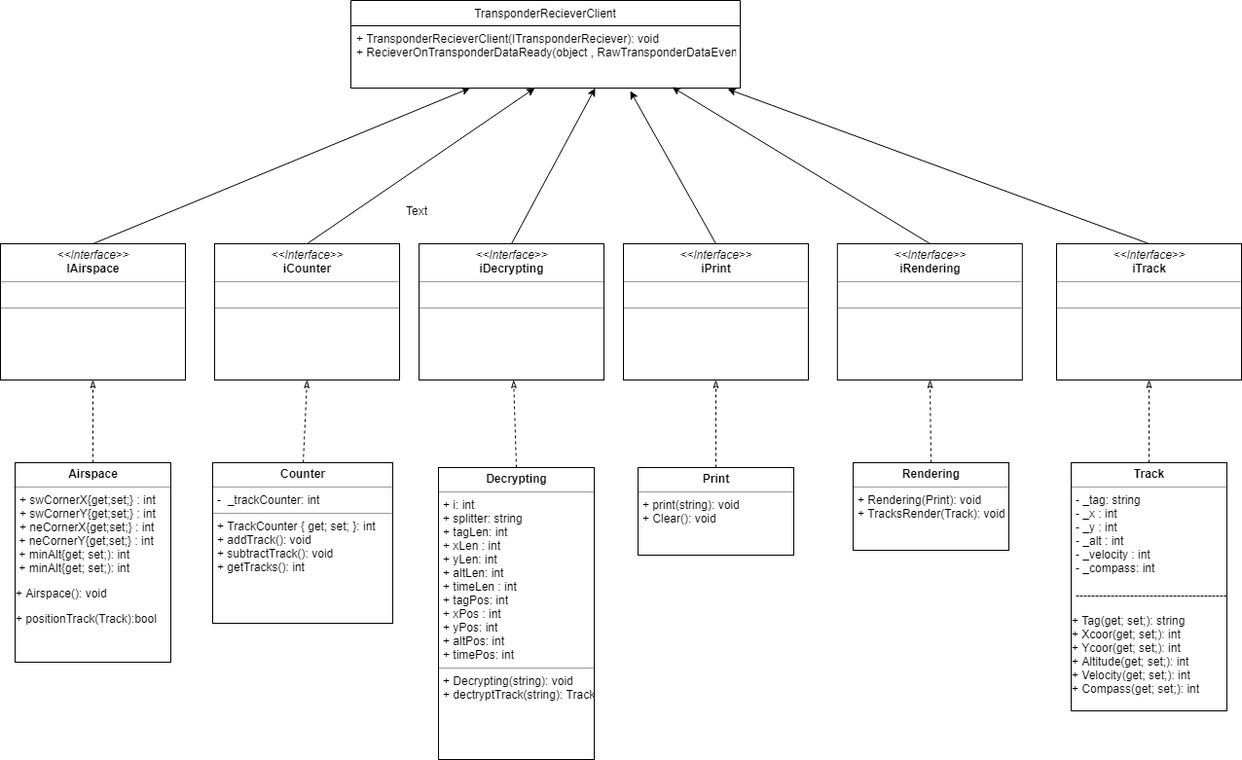
Before: AirTrafficMonitoringUMLClass.png, a diagram exported from draw.io (Macradon/AirTrafficMonitoring). Source tidied: cells renumbered, new cells last; positions are measured from the earlier drawing's top-left corner, leaving out a move shared by most shapes. Its diagram source:
```xml
<mxGraphModel>
  <root>
    <mxCell id="0" />
    <mxCell id="1" parent="0" />
    <mxCell id="2" value="TransponderRecieverClient" style="swimlane;fontStyle=0;horizontal=1;startSize=26;fillColor=none;" parent="1" vertex="1">
      <mxGeometry x="360" width="400" height="90" as="geometry" />
    </mxCell>
    <mxCell id="3" value="+ TransponderRecieverClient(ITransponderReciever): void&#10;+ RecieverOnTransponderDataReady(object , RawTransponderDataEventArgs) : void &#10;" style="text;strokeColor=none;fillColor=none;align=left;verticalAlign=top;spacingLeft=4;spacingRight=4;overflow=hidden;points=[[0,0.5],[1,0.5]];portConstraint=eastwest;" parent="2" vertex="1">
      <mxGeometry y="26" width="400" height="64" as="geometry" />
    </mxCell>
    <mxCell id="4" style="edgeStyle=none;rounded=0;jettySize=auto;html=1;exitX=0.5;exitY=0;exitDx=0;exitDy=0;endArrow=classic;endFill=1;" parent="1" edge="1" source="5" target="3">
      <mxGeometry relative="1" as="geometry" />
    </mxCell>
    <mxCell id="5" value="&lt;p style=&quot;margin: 0px ; margin-top: 4px ; text-align: center&quot;&gt;&lt;i&gt;&amp;lt;&amp;lt;Interface&amp;gt;&amp;gt;&lt;/i&gt;&lt;br&gt;&lt;b&gt;IAirspace&lt;/b&gt;&lt;/p&gt;&lt;hr size=&quot;1&quot;&gt;&lt;p style=&quot;margin: 0px ; margin-left: 4px&quot;&gt;&lt;br&gt;&lt;/p&gt;&lt;hr size=&quot;1&quot;&gt;&lt;p style=&quot;margin: 0px ; margin-left: 4px&quot;&gt;&lt;br&gt;&lt;/p&gt;" style="verticalAlign=top;align=left;overflow=fill;fontSize=12;fontFamily=Helvetica;html=1;" parent="1" vertex="1">
      <mxGeometry y="250" width="190" height="140" as="geometry" />
    </mxCell>
    <mxCell id="6" style="edgeStyle=none;rounded=0;jettySize=auto;html=1;exitX=0.5;exitY=0;exitDx=0;exitDy=0;entryX=0.473;entryY=0.994;entryDx=0;entryDy=0;entryPerimeter=0;endArrow=classic;endFill=1;" parent="1" edge="1" source="7" target="3">
      <mxGeometry relative="1" as="geometry" />
    </mxCell>
    <mxCell id="7" value="&lt;p style=&quot;margin: 0px ; margin-top: 4px ; text-align: center&quot;&gt;&lt;i&gt;&amp;lt;&amp;lt;Interface&amp;gt;&amp;gt;&lt;/i&gt;&lt;br&gt;&lt;b&gt;iCounter&lt;/b&gt;&lt;/p&gt;&lt;hr size=&quot;1&quot;&gt;&lt;p style=&quot;margin: 0px ; margin-left: 4px&quot;&gt;&lt;br&gt;&lt;/p&gt;&lt;hr size=&quot;1&quot;&gt;&lt;p style=&quot;margin: 0px ; margin-left: 4px&quot;&gt;&lt;br&gt;&lt;/p&gt;" style="verticalAlign=top;align=left;overflow=fill;fontSize=12;fontFamily=Helvetica;html=1;" parent="1" vertex="1">
      <mxGeometry x="220" y="250" width="190" height="140" as="geometry" />
    </mxCell>
    <mxCell id="8" style="edgeStyle=none;rounded=0;jettySize=auto;html=1;exitX=0.5;exitY=0;exitDx=0;exitDy=0;entryX=0.628;entryY=1.006;entryDx=0;entryDy=0;entryPerimeter=0;endArrow=classic;endFill=1;" parent="1" edge="1" source="9" target="3">
      <mxGeometry relative="1" as="geometry" />
    </mxCell>
    <mxCell id="9" value="&lt;p style=&quot;margin: 0px ; margin-top: 4px ; text-align: center&quot;&gt;&lt;i&gt;&amp;lt;&amp;lt;Interface&amp;gt;&amp;gt;&lt;/i&gt;&lt;br&gt;&lt;b&gt;iDecrypting&lt;/b&gt;&lt;/p&gt;&lt;hr size=&quot;1&quot;&gt;&lt;p style=&quot;margin: 0px ; margin-left: 4px&quot;&gt;&lt;br&gt;&lt;/p&gt;&lt;hr size=&quot;1&quot;&gt;&lt;p style=&quot;margin: 0px ; margin-left: 4px&quot;&gt;&lt;br&gt;&lt;/p&gt;" style="verticalAlign=top;align=left;overflow=fill;fontSize=12;fontFamily=Helvetica;html=1;" parent="1" vertex="1">
      <mxGeometry x="430" y="250" width="190" height="140" as="geometry" />
    </mxCell>
    <mxCell id="10" style="edgeStyle=none;rounded=0;jettySize=auto;html=1;exitX=0.5;exitY=0;exitDx=0;exitDy=0;entryX=0.717;entryY=1.053;entryDx=0;entryDy=0;entryPerimeter=0;endArrow=classic;endFill=1;" parent="1" edge="1" source="11" target="3">
      <mxGeometry relative="1" as="geometry" />
    </mxCell>
    <mxCell id="11" value="&lt;p style=&quot;margin: 0px ; margin-top: 4px ; text-align: center&quot;&gt;&lt;i&gt;&amp;lt;&amp;lt;Interface&amp;gt;&amp;gt;&lt;/i&gt;&lt;br&gt;&lt;b&gt;iPrint&lt;/b&gt;&lt;/p&gt;&lt;hr size=&quot;1&quot;&gt;&lt;p style=&quot;margin: 0px ; margin-left: 4px&quot;&gt;&lt;br&gt;&lt;/p&gt;&lt;hr size=&quot;1&quot;&gt;&lt;p style=&quot;margin: 0px ; margin-left: 4px&quot;&gt;&lt;br&gt;&lt;/p&gt;" style="verticalAlign=top;align=left;overflow=fill;fontSize=12;fontFamily=Helvetica;html=1;" parent="1" vertex="1">
      <mxGeometry x="640" y="250" width="190" height="140" as="geometry" />
    </mxCell>
    <mxCell id="12" style="edgeStyle=none;rounded=0;jettySize=auto;html=1;exitX=0.5;exitY=0;exitDx=0;exitDy=0;entryX=0.825;entryY=0.991;entryDx=0;entryDy=0;entryPerimeter=0;endArrow=classic;endFill=1;" parent="1" edge="1" source="13" target="3">
      <mxGeometry relative="1" as="geometry" />
    </mxCell>
    <mxCell id="13" value="&lt;p style=&quot;margin: 0px ; margin-top: 4px ; text-align: center&quot;&gt;&lt;i&gt;&amp;lt;&amp;lt;Interface&amp;gt;&amp;gt;&lt;/i&gt;&lt;br&gt;&lt;b&gt;iRendering&lt;/b&gt;&lt;/p&gt;&lt;hr size=&quot;1&quot;&gt;&lt;p style=&quot;margin: 0px ; margin-left: 4px&quot;&gt;&lt;br&gt;&lt;/p&gt;&lt;hr size=&quot;1&quot;&gt;&lt;p style=&quot;margin: 0px ; margin-left: 4px&quot;&gt;&lt;br&gt;&lt;/p&gt;" style="verticalAlign=top;align=left;overflow=fill;fontSize=12;fontFamily=Helvetica;html=1;" parent="1" vertex="1">
      <mxGeometry x="859.8" y="250" width="190" height="140" as="geometry" />
    </mxCell>
    <mxCell id="14" style="edgeStyle=none;rounded=0;jettySize=auto;html=1;exitX=0.5;exitY=0;exitDx=0;exitDy=0;entryX=0.967;entryY=1.016;entryDx=0;entryDy=0;entryPerimeter=0;endArrow=classic;endFill=1;" parent="1" edge="1" source="15" target="3">
      <mxGeometry relative="1" as="geometry" />
    </mxCell>
    <mxCell id="15" value="&lt;p style=&quot;margin: 0px ; margin-top: 4px ; text-align: center&quot;&gt;&lt;i&gt;&amp;lt;&amp;lt;Interface&amp;gt;&amp;gt;&lt;/i&gt;&lt;br&gt;&lt;b&gt;iTrack&lt;/b&gt;&lt;/p&gt;&lt;hr size=&quot;1&quot;&gt;&lt;p style=&quot;margin: 0px ; margin-left: 4px&quot;&gt;&lt;br&gt;&lt;/p&gt;&lt;hr size=&quot;1&quot;&gt;&lt;p style=&quot;margin: 0px ; margin-left: 4px&quot;&gt;&lt;br&gt;&lt;/p&gt;" style="verticalAlign=top;align=left;overflow=fill;fontSize=12;fontFamily=Helvetica;html=1;" parent="1" vertex="1">
      <mxGeometry x="1085" y="250" width="190" height="140" as="geometry" />
    </mxCell>
    <mxCell id="16" style="edgeStyle=none;rounded=0;jettySize=auto;html=1;exitX=0.5;exitY=0;exitDx=0;exitDy=0;entryX=0.5;entryY=1;entryDx=0;entryDy=0;dashed=1;endArrow=classicThin;endFill=0;" parent="1" edge="1" source="17" target="5">
      <mxGeometry relative="1" as="geometry" />
    </mxCell>
    <mxCell id="17" value="&lt;p style=&quot;margin: 0px ; margin-top: 4px ; text-align: center&quot;&gt;&lt;b&gt;Airspace&lt;/b&gt;&lt;/p&gt;&lt;hr size=&quot;1&quot;&gt;&lt;p style=&quot;margin: 0px ; margin-left: 4px&quot;&gt;+ swCornerX{get;set;} : int&lt;br&gt;&lt;/p&gt;&lt;p style=&quot;margin: 0px ; margin-left: 4px&quot;&gt;+ swCornerY{get;set;} : int&lt;br&gt;&lt;/p&gt;&lt;p style=&quot;margin: 0px ; margin-left: 4px&quot;&gt;+ neCornerX{get;set;} : int&amp;nbsp;&lt;br&gt;&lt;/p&gt;&amp;nbsp;+ neCornerY{get;set;} : int&lt;br&gt;&amp;nbsp;+ minAlt{get; set;): int&lt;br&gt;&amp;nbsp;+ minAlt{get; set;): int&lt;br&gt;&lt;p&gt;+ Airspace(): void&lt;/p&gt;&lt;p&gt;+ positionTrack(Track):bool&lt;/p&gt;" style="verticalAlign=top;align=left;overflow=fill;fontSize=12;fontFamily=Helvetica;html=1;" parent="1" vertex="1">
      <mxGeometry x="15" y="475" width="160" height="205" as="geometry" />
    </mxCell>
    <mxCell id="18" style="edgeStyle=none;rounded=0;jettySize=auto;html=1;exitX=0.5;exitY=0;exitDx=0;exitDy=0;entryX=0.5;entryY=1;entryDx=0;entryDy=0;dashed=1;endArrow=classicThin;endFill=0;" parent="1" edge="1" source="19" target="15">
      <mxGeometry relative="1" as="geometry" />
    </mxCell>
    <mxCell id="19" value="&lt;p style=&quot;margin: 0px ; margin-top: 4px ; text-align: center&quot;&gt;&lt;b&gt;Track&lt;/b&gt;&lt;/p&gt;&lt;hr size=&quot;1&quot;&gt;&lt;p style=&quot;margin: 0px ; margin-left: 4px&quot;&gt;- _tag: string&lt;/p&gt;&lt;p style=&quot;margin: 0px ; margin-left: 4px&quot;&gt;- _x : int&lt;/p&gt;&lt;p style=&quot;margin: 0px ; margin-left: 4px&quot;&gt;- _y : int&lt;/p&gt;&lt;p style=&quot;margin: 0px ; margin-left: 4px&quot;&gt;- _alt : int&lt;/p&gt;&lt;p style=&quot;margin: 0px ; margin-left: 4px&quot;&gt;- _velocity : int&lt;/p&gt;&lt;p style=&quot;margin: 0px ; margin-left: 4px&quot;&gt;- _compass: int&lt;/p&gt;&lt;p style=&quot;margin: 0px ; margin-left: 4px&quot;&gt;&lt;br&gt;&lt;/p&gt;&lt;p style=&quot;margin: 0px ; margin-left: 4px&quot;&gt;---------------------------------------&lt;/p&gt;&lt;p&gt;+ Tag(get; set;): string&lt;br&gt;+ Xcoor(get; set;): int&lt;br&gt;+ Ycoor(get; set;): int&lt;br&gt;+ Altitude(get; set;): int&lt;br&gt;+ Velocity(get; set;): int&lt;br&gt;+ Compass(get; set;): int&lt;br&gt;&lt;/p&gt;" style="verticalAlign=top;align=left;overflow=fill;fontSize=12;fontFamily=Helvetica;html=1;" parent="1" vertex="1">
      <mxGeometry x="1100" y="475" width="160" height="255" as="geometry" />
    </mxCell>
    <mxCell id="20" style="edgeStyle=none;rounded=0;jettySize=auto;html=1;exitX=0.5;exitY=0;exitDx=0;exitDy=0;entryX=0.5;entryY=1;entryDx=0;entryDy=0;dashed=1;endArrow=classicThin;endFill=0;" parent="1" edge="1" source="21" target="13">
      <mxGeometry relative="1" as="geometry" />
    </mxCell>
    <mxCell id="21" value="&lt;p style=&quot;margin: 0px ; margin-top: 4px ; text-align: center&quot;&gt;&lt;b&gt;Rendering&lt;/b&gt;&lt;/p&gt;&lt;hr size=&quot;1&quot;&gt;&lt;p style=&quot;margin: 0px ; margin-left: 4px&quot;&gt;&lt;/p&gt;&lt;p style=&quot;margin: 0px ; margin-left: 4px&quot;&gt;+ Rendering(Print): void&lt;/p&gt;&lt;p style=&quot;margin: 0px ; margin-left: 4px&quot;&gt;+ TracksRender(Track): void&lt;/p&gt;" style="verticalAlign=top;align=left;overflow=fill;fontSize=12;fontFamily=Helvetica;html=1;" parent="1" vertex="1">
      <mxGeometry x="876" y="475" width="160" height="90" as="geometry" />
    </mxCell>
    <mxCell id="22" style="edgeStyle=none;rounded=0;jettySize=auto;html=1;exitX=0.5;exitY=0;exitDx=0;exitDy=0;entryX=0.5;entryY=1;entryDx=0;entryDy=0;dashed=1;endArrow=classicThin;endFill=0;" parent="1" edge="1" source="23" target="11">
      <mxGeometry relative="1" as="geometry" />
    </mxCell>
    <mxCell id="23" value="&lt;p style=&quot;margin: 0px ; margin-top: 4px ; text-align: center&quot;&gt;&lt;b&gt;Print&lt;/b&gt;&lt;/p&gt;&lt;hr size=&quot;1&quot;&gt;&lt;p style=&quot;margin: 0px ; margin-left: 4px&quot;&gt;+ print(string): void&lt;/p&gt;&lt;p style=&quot;margin: 0px ; margin-left: 4px&quot;&gt;+ Clear(): void&lt;/p&gt;" style="verticalAlign=top;align=left;overflow=fill;fontSize=12;fontFamily=Helvetica;html=1;" parent="1" vertex="1">
      <mxGeometry x="655" y="480" width="160" height="90" as="geometry" />
    </mxCell>
    <mxCell id="24" style="edgeStyle=none;rounded=0;jettySize=auto;html=1;exitX=0.5;exitY=0;exitDx=0;exitDy=0;dashed=1;endArrow=classicThin;endFill=0;" parent="1" edge="1" source="25" target="9">
      <mxGeometry relative="1" as="geometry" />
    </mxCell>
    <mxCell id="25" value="&lt;p style=&quot;margin: 0px ; margin-top: 4px ; text-align: center&quot;&gt;&lt;b&gt;Decrypting&lt;/b&gt;&lt;/p&gt;&lt;hr size=&quot;1&quot;&gt;&lt;p style=&quot;margin: 0px ; margin-left: 4px&quot;&gt;+ i: int&lt;/p&gt;&lt;p style=&quot;margin: 0px ; margin-left: 4px&quot;&gt;+ splitter: string&lt;/p&gt;&lt;p style=&quot;margin: 0px ; margin-left: 4px&quot;&gt;+ tagLen: int&lt;/p&gt;&lt;p style=&quot;margin: 0px ; margin-left: 4px&quot;&gt;+ xLen : int&lt;/p&gt;&lt;p style=&quot;margin: 0px ; margin-left: 4px&quot;&gt;+ yLen: int&lt;/p&gt;&lt;p style=&quot;margin: 0px ; margin-left: 4px&quot;&gt;+ altLen: int&lt;/p&gt;&lt;p style=&quot;margin: 0px ; margin-left: 4px&quot;&gt;+ timeLen : int&lt;/p&gt;&lt;p style=&quot;margin: 0px ; margin-left: 4px&quot;&gt;+ tagPos: int&lt;/p&gt;&lt;p style=&quot;margin: 0px ; margin-left: 4px&quot;&gt;+ xPos : int&lt;/p&gt;&lt;p style=&quot;margin: 0px ; margin-left: 4px&quot;&gt;+ yPos: int&lt;/p&gt;&lt;p style=&quot;margin: 0px ; margin-left: 4px&quot;&gt;+ altPos: int&lt;/p&gt;&lt;p style=&quot;margin: 0px ; margin-left: 4px&quot;&gt;+ timePos: int&lt;/p&gt;&lt;hr size=&quot;1&quot;&gt;&lt;p style=&quot;margin: 0px ; margin-left: 4px&quot;&gt;+ Decrypting(string): void&lt;/p&gt;&lt;p style=&quot;margin: 0px ; margin-left: 4px&quot;&gt;+ dectryptTrack(string): Track&lt;/p&gt;" style="verticalAlign=top;align=left;overflow=fill;fontSize=12;fontFamily=Helvetica;html=1;" parent="1" vertex="1">
      <mxGeometry x="450" y="480" width="160" height="300" as="geometry" />
    </mxCell>
    <mxCell id="26" style="edgeStyle=none;rounded=0;jettySize=auto;html=1;exitX=0.5;exitY=0;exitDx=0;exitDy=0;entryX=0.5;entryY=1;entryDx=0;entryDy=0;dashed=1;endArrow=classicThin;endFill=0;" parent="1" edge="1" source="27" target="7">
      <mxGeometry relative="1" as="geometry" />
    </mxCell>
    <mxCell id="27" value="&lt;p style=&quot;margin: 0px ; margin-top: 4px ; text-align: center&quot;&gt;&lt;b&gt;Counter&lt;/b&gt;&lt;/p&gt;&lt;hr size=&quot;1&quot;&gt;&lt;p style=&quot;margin: 0px ; margin-left: 4px&quot;&gt;-&amp;nbsp; _trackCounter: int&lt;/p&gt;&lt;hr size=&quot;1&quot;&gt;&lt;p style=&quot;margin: 0px ; margin-left: 4px&quot;&gt;+ TrackCounter { get; set; }: int&lt;/p&gt;&lt;p style=&quot;margin: 0px ; margin-left: 4px&quot;&gt;+ addTrack(): void&lt;/p&gt;&lt;p style=&quot;margin: 0px ; margin-left: 4px&quot;&gt;+ subtractTrack(): void&lt;/p&gt;&lt;p style=&quot;margin: 0px ; margin-left: 4px&quot;&gt;+ getTracks(): int&lt;/p&gt;&lt;p style=&quot;margin: 0px ; margin-left: 4px&quot;&gt;&lt;br&gt;&lt;/p&gt;" style="verticalAlign=top;align=left;overflow=fill;fontSize=12;fontFamily=Helvetica;html=1;" parent="1" vertex="1">
      <mxGeometry x="218" y="475" width="185" height="165" as="geometry" />
    </mxCell>
    <mxCell id="28" value="Text" style="text;html=1;align=left;verticalAlign=top;spacingTop=-4;" parent="1" vertex="1">
      <mxGeometry x="415" y="207" width="40" height="20" as="geometry" />
    </mxCell>
  </root>
</mxGraphModel>
```
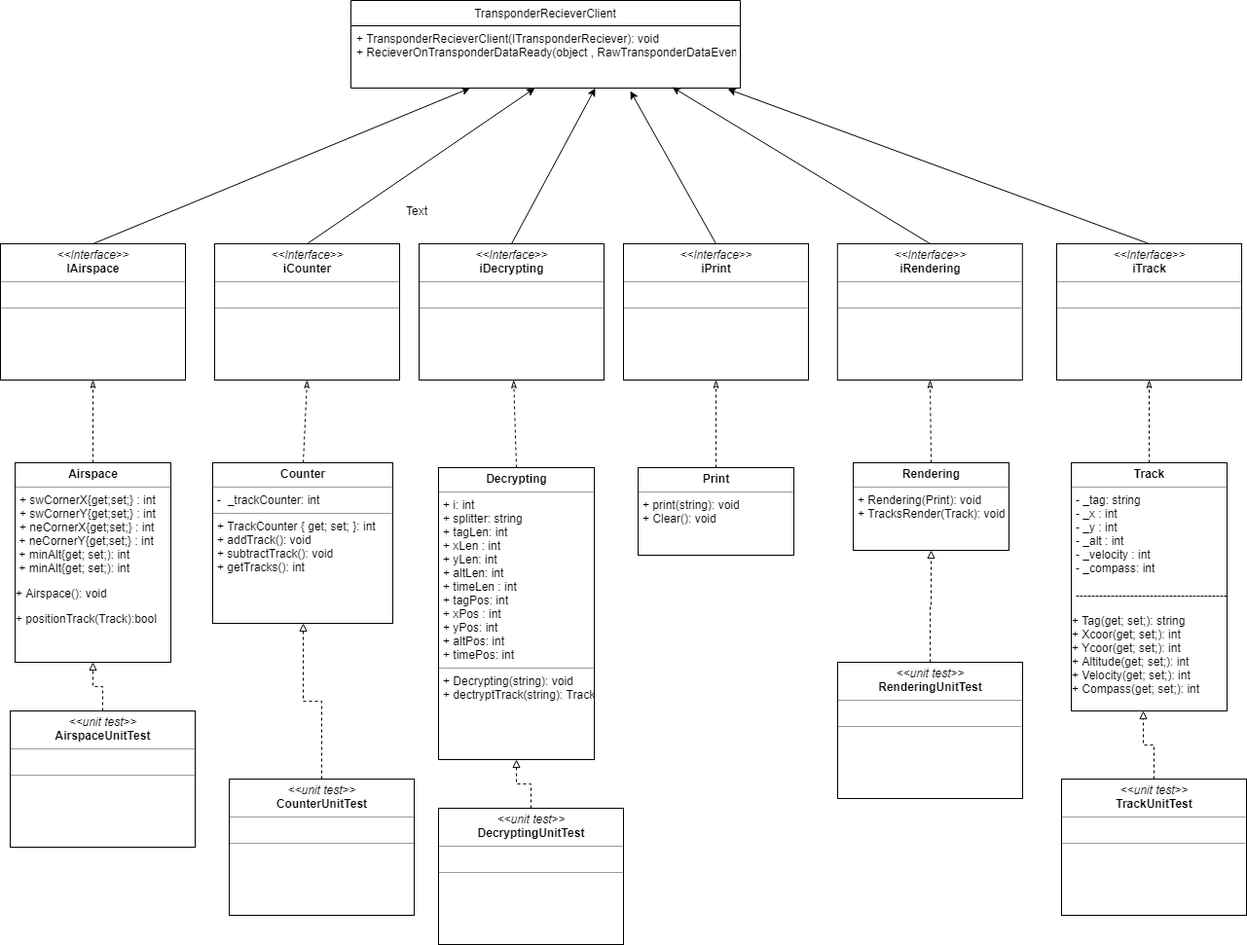
Later version of the same file.

Commit message:
Updated Class Diagram

Opdateret klasse diagrammet til at indeholde Unit test (Skal udfyldes)

What changed in the source:
```diff
@@ -83,5 +83,35 @@
     <mxCell id="28" value="Text" style="text;html=1;align=left;verticalAlign=top;spacingTop=-4;" parent="1" vertex="1">
       <mxGeometry x="415" y="207" width="40" height="20" as="geometry" />
     </mxCell>
+    <mxCell id="29" style="edgeStyle=orthogonalEdgeStyle;rounded=0;jettySize=auto;html=1;exitX=0.5;exitY=0;exitDx=0;exitDy=0;entryX=0.5;entryY=1;entryDx=0;entryDy=0;dashed=1;endArrow=block;endFill=0;" parent="1" edge="1" source="30" target="17">
+      <mxGeometry relative="1" as="geometry" />
+    </mxCell>
+    <mxCell id="30" value="&lt;p style=&quot;margin: 0px ; margin-top: 4px ; text-align: center&quot;&gt;&lt;i&gt;&amp;lt;&amp;lt;unit test&amp;gt;&amp;gt;&lt;/i&gt;&lt;br&gt;&lt;b&gt;AirspaceUnitTest&lt;/b&gt;&lt;/p&gt;&lt;hr size=&quot;1&quot;&gt;&lt;p style=&quot;margin: 0px ; margin-left: 4px&quot;&gt;&lt;br&gt;&lt;/p&gt;&lt;hr size=&quot;1&quot;&gt;&lt;p style=&quot;margin: 0px ; margin-left: 4px&quot;&gt;&lt;br&gt;&lt;/p&gt;" style="verticalAlign=top;align=left;overflow=fill;fontSize=12;fontFamily=Helvetica;html=1;" parent="1" vertex="1">
+      <mxGeometry x="10" y="730" width="190" height="140" as="geometry" />
+    </mxCell>
+    <mxCell id="31" style="edgeStyle=orthogonalEdgeStyle;rounded=0;jettySize=auto;html=1;exitX=0.5;exitY=0;exitDx=0;exitDy=0;entryX=0.5;entryY=1;entryDx=0;entryDy=0;dashed=1;endArrow=block;endFill=0;" parent="1" edge="1" source="32" target="25">
+      <mxGeometry relative="1" as="geometry" />
+    </mxCell>
+    <mxCell id="32" value="&lt;p style=&quot;margin: 0px ; margin-top: 4px ; text-align: center&quot;&gt;&lt;i&gt;&amp;lt;&amp;lt;unit test&amp;gt;&amp;gt;&lt;/i&gt;&lt;br&gt;&lt;b&gt;DecryptingUnitTest&lt;/b&gt;&lt;/p&gt;&lt;hr size=&quot;1&quot;&gt;&lt;p style=&quot;margin: 0px ; margin-left: 4px&quot;&gt;&lt;br&gt;&lt;/p&gt;&lt;hr size=&quot;1&quot;&gt;&lt;p style=&quot;margin: 0px ; margin-left: 4px&quot;&gt;&lt;br&gt;&lt;/p&gt;" style="verticalAlign=top;align=left;overflow=fill;fontSize=12;fontFamily=Helvetica;html=1;" parent="1" vertex="1">
+      <mxGeometry x="450" y="830" width="190" height="140" as="geometry" />
+    </mxCell>
+    <mxCell id="33" style="edgeStyle=orthogonalEdgeStyle;rounded=0;jettySize=auto;html=1;exitX=0.5;exitY=0;exitDx=0;exitDy=0;entryX=0.5;entryY=1;entryDx=0;entryDy=0;dashed=1;endArrow=block;endFill=0;" parent="1" edge="1" source="34" target="27">
+      <mxGeometry relative="1" as="geometry" />
+    </mxCell>
+    <mxCell id="34" value="&lt;p style=&quot;margin: 0px ; margin-top: 4px ; text-align: center&quot;&gt;&lt;i&gt;&amp;lt;&amp;lt;unit test&amp;gt;&amp;gt;&lt;/i&gt;&lt;br&gt;&lt;b&gt;CounterUnitTest&lt;/b&gt;&lt;/p&gt;&lt;hr size=&quot;1&quot;&gt;&lt;p style=&quot;margin: 0px ; margin-left: 4px&quot;&gt;&lt;br&gt;&lt;/p&gt;&lt;hr size=&quot;1&quot;&gt;&lt;p style=&quot;margin: 0px ; margin-left: 4px&quot;&gt;&lt;br&gt;&lt;/p&gt;" style="verticalAlign=top;align=left;overflow=fill;fontSize=12;fontFamily=Helvetica;html=1;" parent="1" vertex="1">
+      <mxGeometry x="235" y="800" width="190" height="140" as="geometry" />
+    </mxCell>
+    <mxCell id="35" style="edgeStyle=orthogonalEdgeStyle;rounded=0;jettySize=auto;html=1;exitX=0.5;exitY=0;exitDx=0;exitDy=0;entryX=0.5;entryY=1;entryDx=0;entryDy=0;dashed=1;endArrow=block;endFill=0;" parent="1" edge="1" source="36" target="21">
+      <mxGeometry relative="1" as="geometry" />
+    </mxCell>
+    <mxCell id="36" value="&lt;p style=&quot;margin: 0px ; margin-top: 4px ; text-align: center&quot;&gt;&lt;i&gt;&amp;lt;&amp;lt;unit test&amp;gt;&amp;gt;&lt;/i&gt;&lt;br&gt;&lt;b&gt;RenderingUnitTest&lt;/b&gt;&lt;/p&gt;&lt;hr size=&quot;1&quot;&gt;&lt;p style=&quot;margin: 0px ; margin-left: 4px&quot;&gt;&lt;br&gt;&lt;/p&gt;&lt;hr size=&quot;1&quot;&gt;&lt;p style=&quot;margin: 0px ; margin-left: 4px&quot;&gt;&lt;br&gt;&lt;/p&gt;" style="verticalAlign=top;align=left;overflow=fill;fontSize=12;fontFamily=Helvetica;html=1;" parent="1" vertex="1">
+      <mxGeometry x="860" y="680" width="190" height="140" as="geometry" />
+    </mxCell>
+    <mxCell id="37" style="edgeStyle=orthogonalEdgeStyle;rounded=0;jettySize=auto;html=1;exitX=0.5;exitY=0;exitDx=0;exitDy=0;entryX=0.462;entryY=1.001;entryDx=0;entryDy=0;entryPerimeter=0;dashed=1;endArrow=block;endFill=0;" parent="1" edge="1" source="38" target="19">
+      <mxGeometry relative="1" as="geometry" />
+    </mxCell>
+    <mxCell id="38" value="&lt;p style=&quot;margin: 0px ; margin-top: 4px ; text-align: center&quot;&gt;&lt;i&gt;&amp;lt;&amp;lt;unit test&amp;gt;&amp;gt;&lt;/i&gt;&lt;br&gt;&lt;b&gt;TrackUnitTest&lt;/b&gt;&lt;/p&gt;&lt;hr size=&quot;1&quot;&gt;&lt;p style=&quot;margin: 0px ; margin-left: 4px&quot;&gt;&lt;br&gt;&lt;/p&gt;&lt;hr size=&quot;1&quot;&gt;&lt;p style=&quot;margin: 0px ; margin-left: 4px&quot;&gt;&lt;br&gt;&lt;/p&gt;" style="verticalAlign=top;align=left;overflow=fill;fontSize=12;fontFamily=Helvetica;html=1;" parent="1" vertex="1">
+      <mxGeometry x="1090" y="800" width="190" height="140" as="geometry" />
+    </mxCell>
   </root>
 </mxGraphModel>
```
